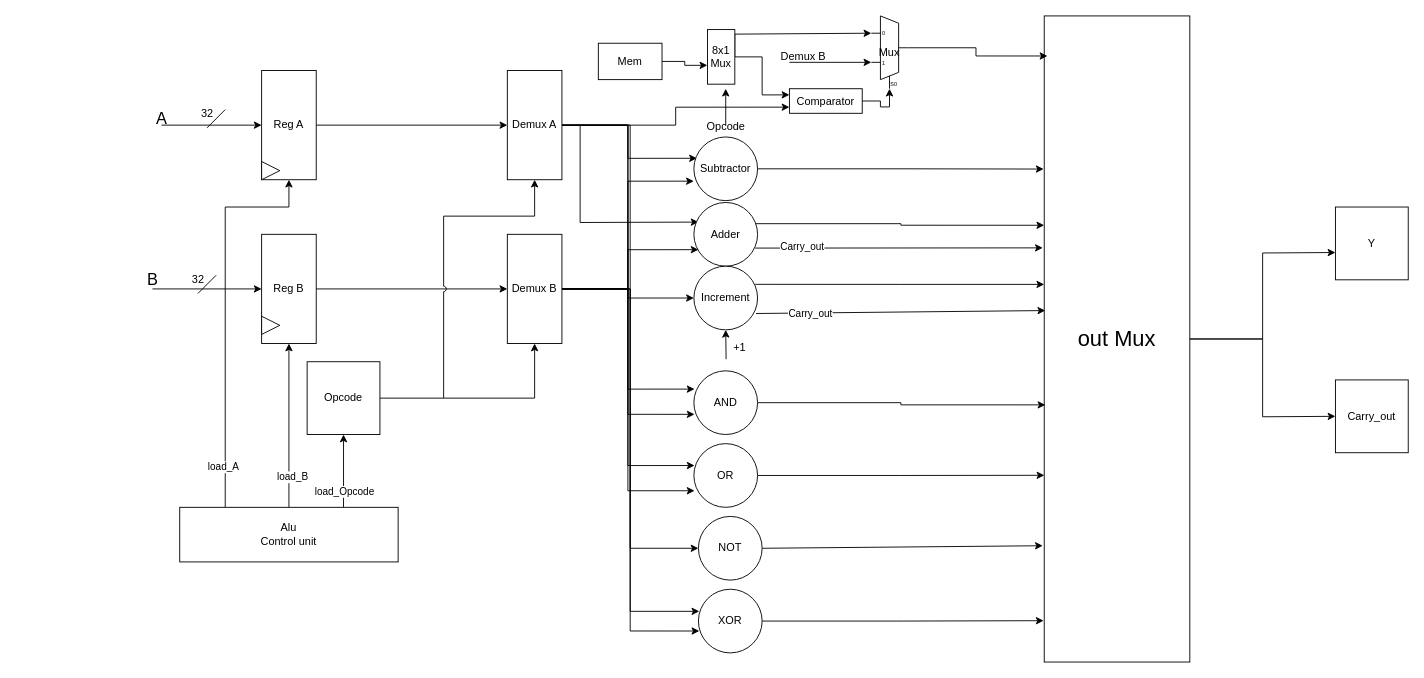
Before: Alu.drawio in abubakar-lgtm/DSD_2023_Abubakar, a draw.io diagram. Source tidied: cells renumbered, new cells numbered last; positions are measured from the earlier drawing's top-left corner, leaving out a move shared by most shapes. Both pictures are drawn from the tidied source at 91%, with x=0, y=0 at pixel (134, 15).
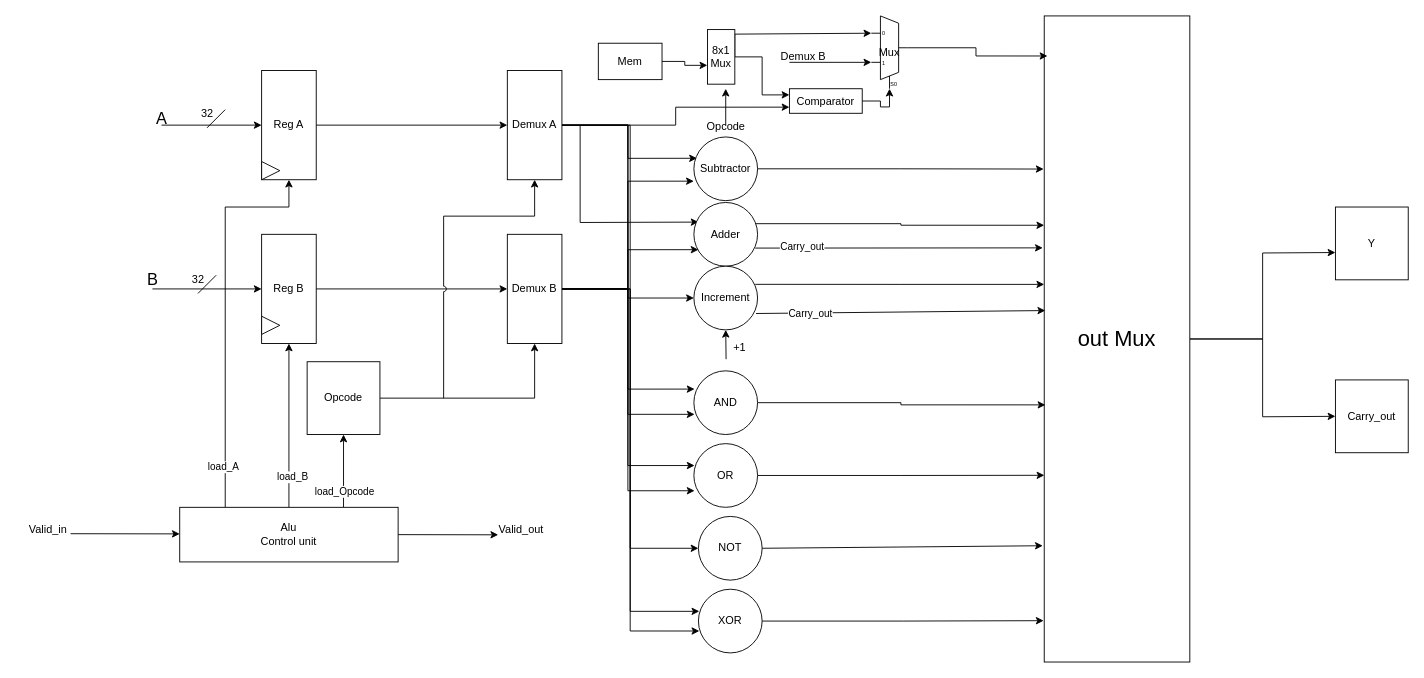
After the change.

Diff of the diagram source:
```diff
@@
+    <mxCell id="81" style="endArrow=classic;html=1;rounded=0;entryX=0;entryY=0.25;entryDx=0;entryDy=0;entryPerimeter=0;" parent="1" edge="1">
+      <mxGeometry relative="1" as="geometry">
+        <mxPoint x="-70" y="569" as="sourcePoint" />
+        <mxPoint x="50" y="569.2" as="targetPoint" />
+      </mxGeometry>
+    </mxCell>
+    <mxCell id="82" value="Valid_in" style="text;html=1;align=center;verticalAlign=middle;strokeColor=none;fillColor=none;" parent="1" vertex="1">
+      <mxGeometry x="-130" y="550" width="70" height="30" as="geometry" />
+    </mxCell>
+    <mxCell id="83" style="endArrow=classic;html=1;rounded=0;entryX=0;entryY=0.25;entryDx=0;entryDy=0;entryPerimeter=0;" parent="1" edge="1">
+      <mxGeometry relative="1" as="geometry">
+        <mxPoint x="290" y="570" as="sourcePoint" />
+        <mxPoint x="400" y="570.2" as="targetPoint" />
+      </mxGeometry>
+    </mxCell>
+    <mxCell id="84" value="Valid_out" style="text;html=1;align=center;verticalAlign=middle;strokeColor=none;fillColor=none;" parent="1" vertex="1">
+      <mxGeometry x="390" y="550" width="70" height="30" as="geometry" />
+    </mxCell>
```
